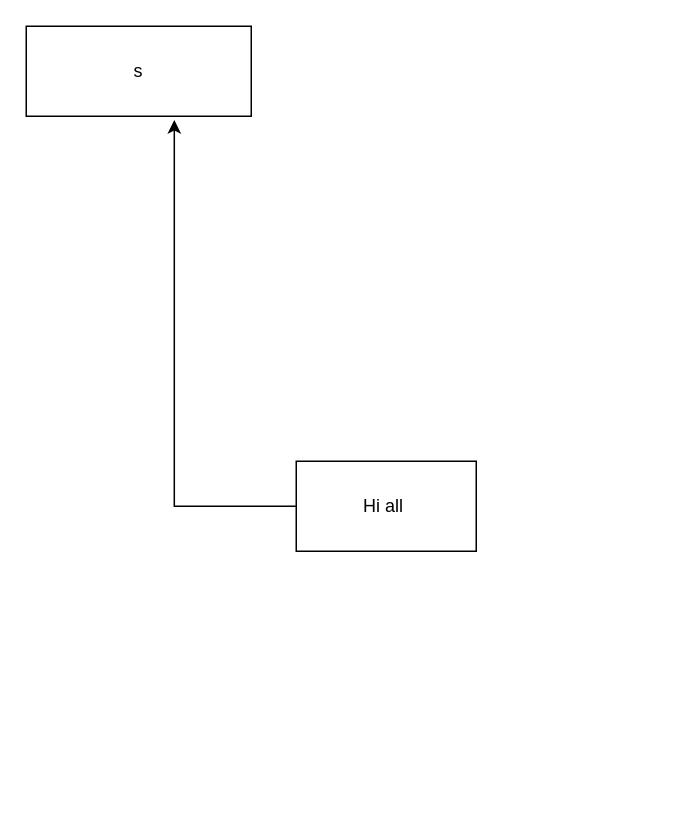
Before: Diagramme sans nom.drawio in HipppB/safeHub, a draw.io diagram. Source tidied: cells renumbered, new cells numbered last; positions are measured from the earlier drawing's top-left corner, leaving out a move shared by most shapes. Both pictures are drawn from the tidied source at 150%, with x=0, y=0 at pixel (26, 26).
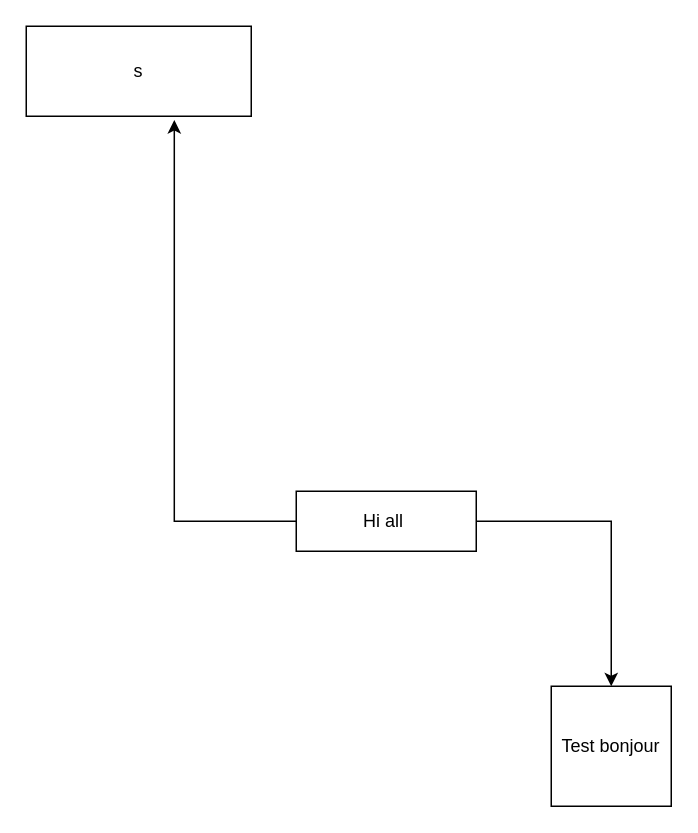
Above is the later version.

Diff of the diagram source:
```diff
@@
 <mxGraphModel>
   <root>
     <mxCell id="0" />
     <mxCell id="1" parent="0" />
     <mxCell id="2" style="edgeStyle=orthogonalEdgeStyle;rounded=0;jettySize=auto;html=1;entryX=0.658;entryY=1.042;entryDx=0;entryDy=0;entryPerimeter=0;" parent="1" edge="1" source="3" target="4">
       <mxGeometry relative="1" as="geometry" />
     </mxCell>
+    <mxCell id="5" style="edgeStyle=orthogonalEdgeStyle;rounded=0;jettySize=auto;html=1;" parent="1" edge="1" source="3" target="6">
+      <mxGeometry relative="1" as="geometry" />
+    </mxCell>
     <mxCell id="3" value="Hi all&amp;nbsp;" style="rounded=0;whiteSpace=wrap;html=1;" parent="1" vertex="1">
-      <mxGeometry x="180" y="290" width="120" height="60" as="geometry" />
+      <mxGeometry x="180" y="310" width="120" height="40" as="geometry" />
     </mxCell>
     <mxCell id="4" value="s" style="rounded=0;whiteSpace=wrap;html=1;" parent="1" vertex="1">
       <mxGeometry width="150" height="60" as="geometry" />
     </mxCell>
+    <mxCell id="6" value="Test bonjour" style="whiteSpace=wrap;html=1;" parent="1" vertex="1">
+      <mxGeometry x="350" y="440" width="80" height="80" as="geometry" />
+    </mxCell>
   </root>
 </mxGraphModel>
```
